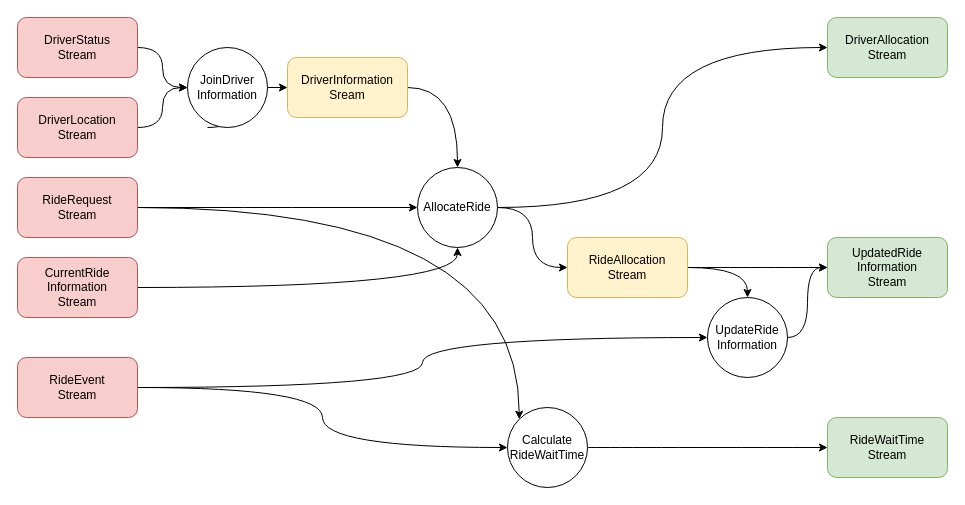
Before: ride_allocation/diagrams/ride_allocation_fbp_min.drawio in mlatcl/fbp-vs-soa, a draw.io diagram. Source tidied: cells renumbered, new cells numbered last; positions are measured from the earlier drawing's top-left corner, leaving out a move shared by most shapes. Both pictures are drawn from the tidied source at 100%, with x=0, y=0 at pixel (17, 17).
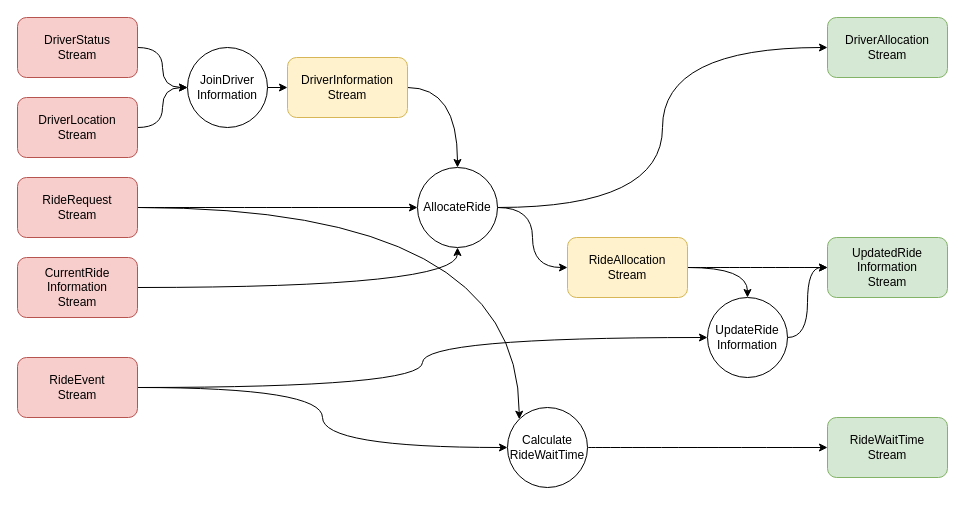
Above is the later version.

Commit message (it also covers changes not shown here):
Fix typo in min diagrams as well

Change to the diagram source:
```diff
@@
-    <mxCell id="5" style="edgeStyle=orthogonalEdgeStyle;rounded=0;orthogonalLoop=1;jettySize=auto;html=1;curved=1;" parent="1" edge="1">
-      <mxGeometry relative="1" as="geometry">
-        <mxPoint x="190" y="110" as="sourcePoint" />
-        <mxPoint x="250" y="70" as="targetPoint" />
-        <Array as="points">
-          <mxPoint x="220" y="110" />
-          <mxPoint x="220" y="70" />
-        </Array>
-      </mxGeometry>
-    </mxCell>
@@
-    <mxCell id="19" value="&lt;div&gt;DriverInformation&lt;/div&gt;&lt;div&gt;Sream&lt;br&gt;&lt;/div&gt;" style="rounded=1;whiteSpace=wrap;html=1;fillColor=#fff2cc;strokeColor=#d6b656;" parent="1" vertex="1">
+    <mxCell id="19" value="&lt;div&gt;DriverInformation&lt;/div&gt;&lt;div&gt;Stream&lt;br&gt;&lt;/div&gt;" style="rounded=1;whiteSpace=wrap;html=1;fillColor=#fff2cc;strokeColor=#d6b656;" parent="1" vertex="1">
       <mxGeometry x="270" y="40" width="120" height="60" as="geometry" />
     </mxCell>
```
